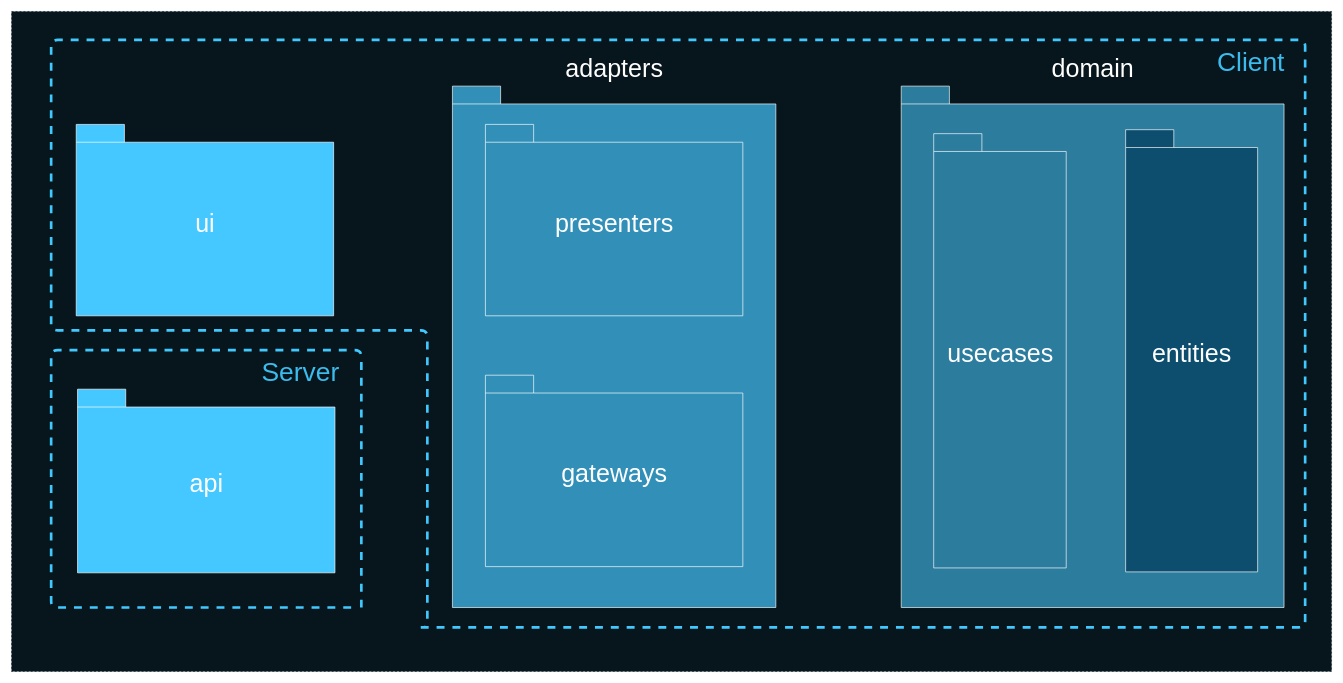
AlexanderLapygin/ca-react-rest-api-starter keeps this draw.io diagram as deck/ru/diagrams/packages.drawio. Above is the earlier version. Source tidied: cells renumbered, new cells numbered last; positions are measured from the earlier drawing's top-left corner, leaving out a move shared by most shapes. Both pictures are drawn from the tidied source at 66%, with x=0, y=0 at pixel (11, 11).
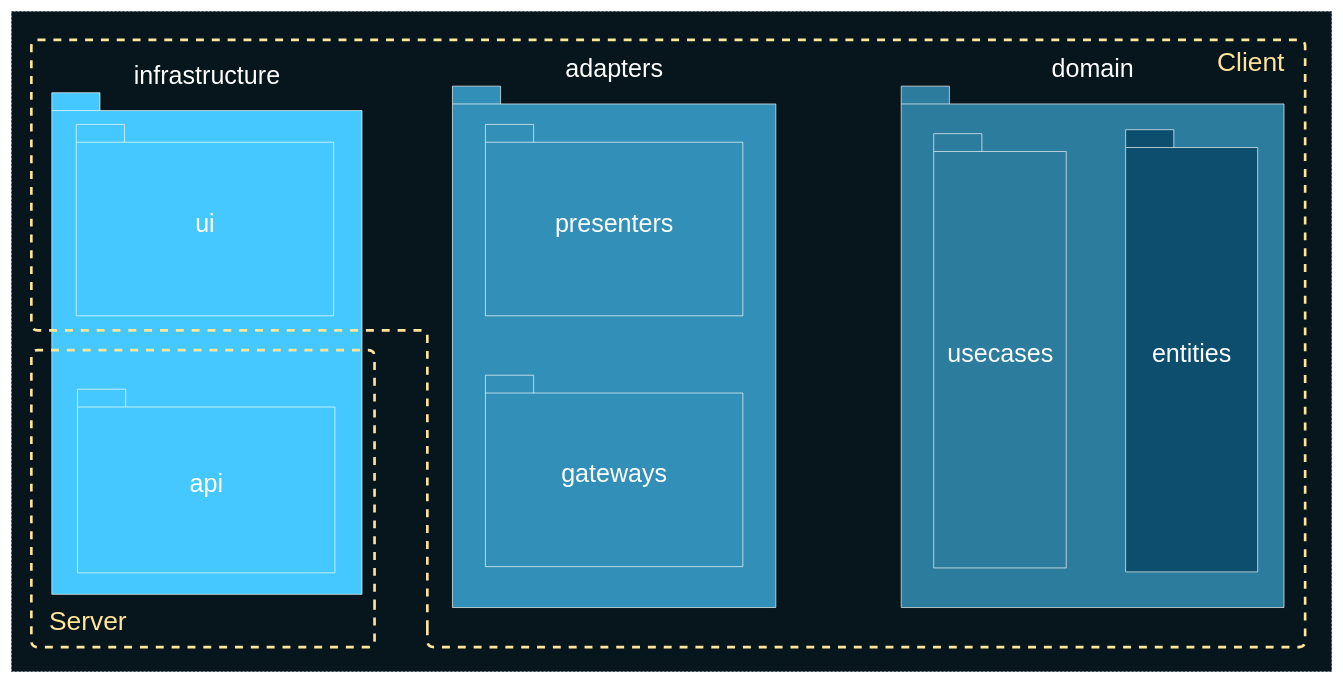
Above is the later version.

The change refers to these unchanged cells:
```xml
<mxCell id="13" style="group;" parent="12" vertex="1">
  <mxGeometry x="10" width="1924" height="890" as="geometry" />
</mxCell>
<mxCell id="18" style="group;" parent="16" vertex="1">
  <mxGeometry width="484" height="390" as="geometry" />
</mxCell>
```

The edit, as a diff of the source:
```diff
@@
+    <mxCell id="21" value="&lt;font color=&quot;#ffffff&quot; style=&quot;font-size: 38px&quot;&gt;infrastructure&lt;/font&gt;" style="shape=folder;fontStyle=0;spacingTop=10;tabWidth=73;tabHeight=27;tabPosition=left;html=1;strokeColor=#FFFFFF;fillColor=#45C8FF;labelPosition=center;verticalLabelPosition=top;align=center;verticalAlign=bottom;" parent="1" vertex="1">
+      <mxGeometry x="61" y="123" width="470" height="760" as="geometry" />
+    </mxCell>
@@
+    <mxCell id="15" value="&lt;font color=&quot;#ffe599&quot;&gt;Client&lt;/font&gt;" style="text;html=1;strokeColor=none;fillColor=none;align=center;verticalAlign=middle;whiteSpace=wrap;rounded=0;fontColor=#3CBBED;fontSize=40;" parent="13" vertex="1">
+      <mxGeometry x="1712" y="3" width="212" height="60" as="geometry" />
+    </mxCell>
-    <mxCell id="14" style="edgeStyle=segmentEdgeStyle;endArrow=none;html=1;strokeColor=#41C9FF;strokeWidth=4;endFill=0;dashed=1;" parent="13" edge="1">
+    <mxCell id="14" style="edgeStyle=segmentEdgeStyle;endArrow=none;html=1;strokeColor=#FFE599;strokeWidth=4;endFill=0;dashed=1;" parent="13" edge="1">
       <mxGeometry relative="1" as="geometry">
-        <mxPoint x="560" y="890" as="sourcePoint" />
-        <mxPoint x="560" y="890" as="targetPoint" />
+        <mxPoint x="570" y="890" as="sourcePoint" />
+        <mxPoint x="570" y="890" as="targetPoint" />
         <Array as="points">
-          <mxPoint x="1900" y="890" />
+          <mxPoint x="570" y="890" />
+          <mxPoint x="570" y="920" />
+          <mxPoint x="1900" y="920" />
           <mxPoint x="1900" />
-          <mxPoint />
-          <mxPoint y="440" />
+          <mxPoint x="-30" />
+          <mxPoint x="-30" y="440" />
           <mxPoint x="570" y="440" />
           <mxPoint x="570" y="890" />
         </Array>
       </mxGeometry>
     </mxCell>
-    <mxCell id="15" value="Client" style="text;html=1;strokeColor=none;fillColor=none;align=center;verticalAlign=middle;whiteSpace=wrap;rounded=0;fontColor=#3CBBED;fontSize=40;" parent="13" vertex="1">
-      <mxGeometry x="1712" y="3" width="212" height="60" as="geometry" />
-    </mxCell>
@@
-    <mxCell id="19" style="edgeStyle=segmentEdgeStyle;endArrow=none;html=1;strokeColor=#41C9FF;strokeWidth=4;endFill=0;dashed=1;" parent="18" edge="1">
+    <mxCell id="19" style="edgeStyle=segmentEdgeStyle;endArrow=none;html=1;strokeColor=#FFE599;strokeWidth=4;endFill=0;dashed=1;" parent="18" edge="1">
       <mxGeometry relative="1" as="geometry">
-        <mxPoint x="470" y="390" as="sourcePoint" />
-        <mxPoint x="460" y="390" as="targetPoint" />
+        <mxPoint x="490" y="390" as="sourcePoint" />
+        <mxPoint x="490" y="390" as="targetPoint" />
         <Array as="points">
-          <mxPoint x="470" y="381" />
-          <mxPoint x="470" />
-          <mxPoint />
-          <mxPoint y="390" />
+          <mxPoint x="490" y="390" />
+          <mxPoint x="490" />
+          <mxPoint x="-30" />
+          <mxPoint x="-30" y="450" />
+          <mxPoint x="490" y="450" />
+          <mxPoint x="490" y="390" />
         </Array>
       </mxGeometry>
     </mxCell>
-    <mxCell id="20" value="Server" style="text;html=1;strokeColor=none;fillColor=none;align=center;verticalAlign=middle;whiteSpace=wrap;rounded=0;fontColor=#3CBBED;fontSize=40;" parent="18" vertex="1">
-      <mxGeometry x="272" y="4.3" width="212" height="57.1" as="geometry" />
+    <mxCell id="20" value="Server" style="text;html=1;strokeColor=none;fillColor=none;align=center;verticalAlign=middle;whiteSpace=wrap;rounded=0;fontColor=#FFE599;fontSize=40;" parent="1" vertex="1">
+      <mxGeometry x="10" y="893" width="212" height="57.1" as="geometry" />
     </mxCell>
```
